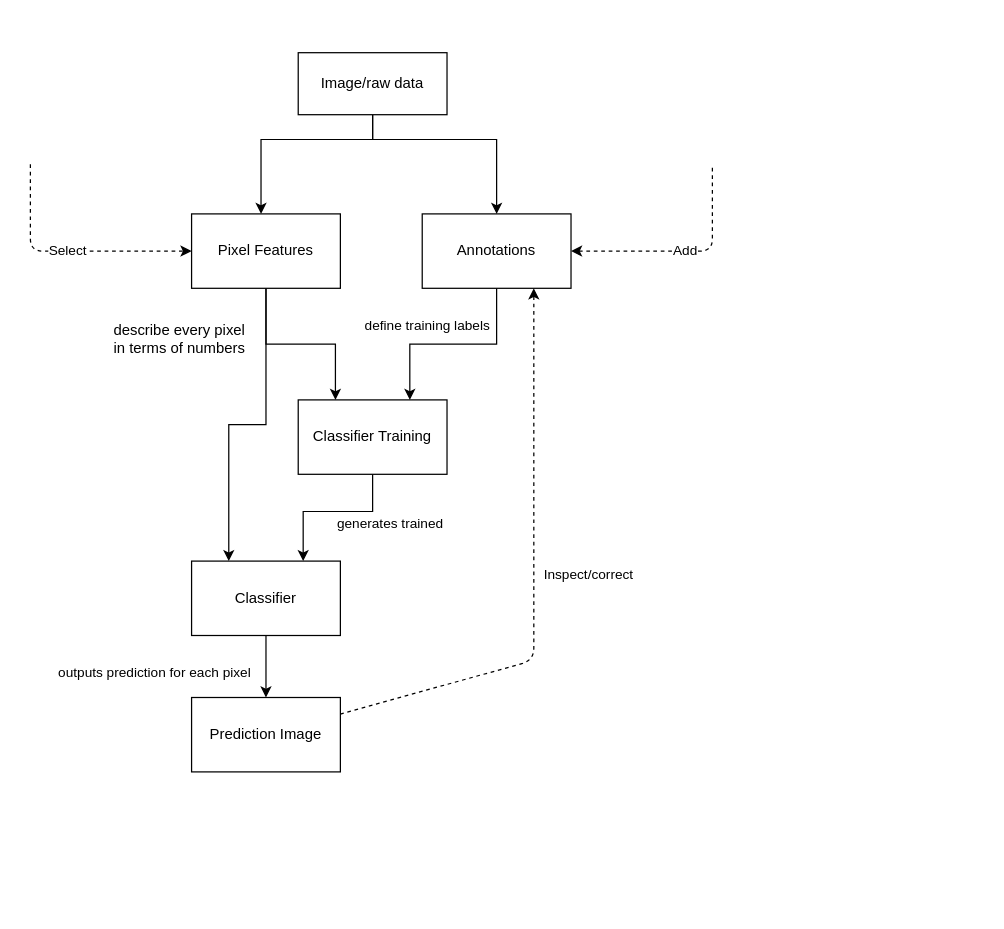
The draw.io diagram concept-maps/pixel_classification.drawio in ilastik/ilastik-teaching, before the edit. Source tidied: cells renumbered, new cells numbered last; positions are measured from the earlier drawing's top-left corner, leaving out a move shared by most shapes. Both pictures are drawn from the tidied source at 124%, with x=0, y=0 at pixel (30, 52).
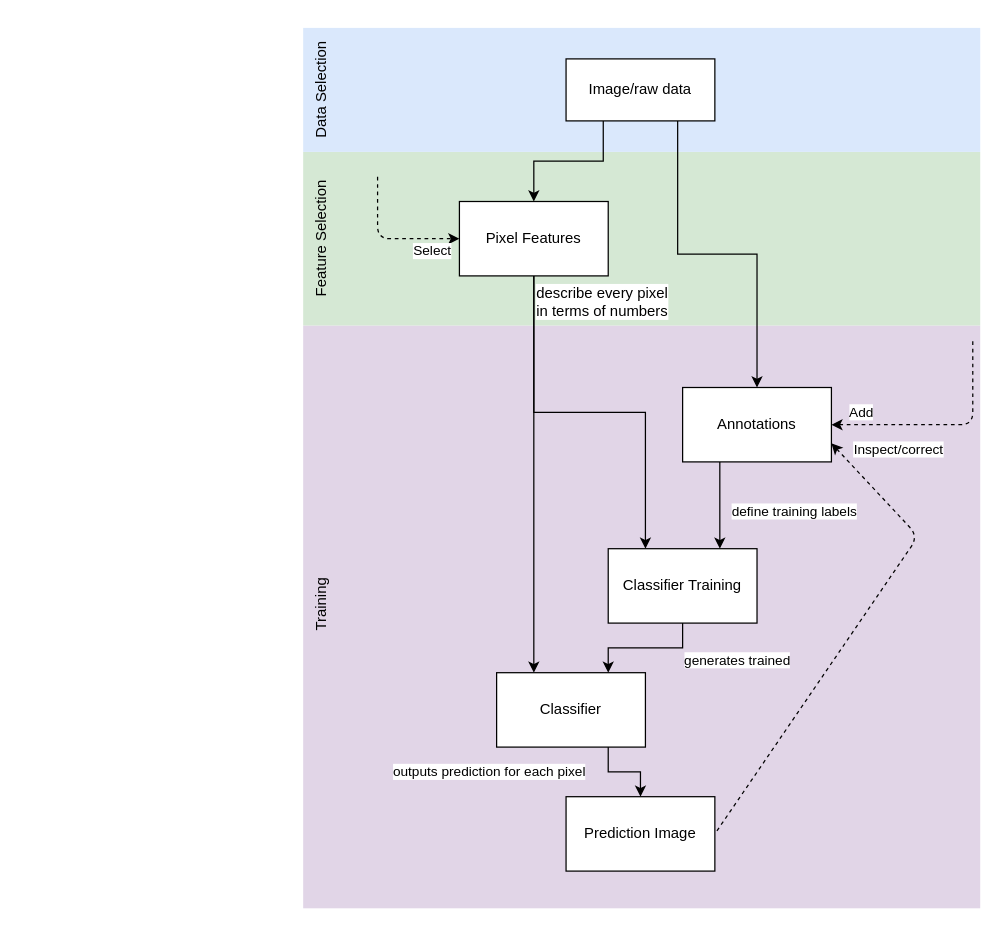
Above is the later version.

Commit message (it also covers changes not shown here):
sort concepts by applet

The change refers to these unchanged cells:
```xml
<mxCell id="5" style="edgeStyle=orthogonalEdgeStyle;rounded=0;jettySize=auto;html=1;exitX=0.5;exitY=1;exitDx=0;exitDy=0;entryX=0.25;entryY=0;entryDx=0;entryDy=0;" parent="1" edge="1" source="8" target="12">
  <mxGeometry relative="1" as="geometry" />
</mxCell>
```

The edit, as a diff of the source:
```diff
@@
+    <mxCell id="19" style="rounded=0;whiteSpace=wrap;html=1;fillColor=#e1d5e7;strokeColor=none;" parent="1" vertex="1">
+      <mxGeometry x="220" y="220" width="546" height="470" as="geometry" />
+    </mxCell>
+    <mxCell id="20" style="rounded=0;whiteSpace=wrap;html=1;fillColor=#d5e8d4;strokeColor=none;" parent="1" vertex="1">
+      <mxGeometry x="220" y="80" width="546" height="140" as="geometry" />
+    </mxCell>
+    <mxCell id="21" style="rounded=0;whiteSpace=wrap;html=1;fillColor=#dae8fc;strokeColor=none;" parent="1" vertex="1">
+      <mxGeometry x="220" y="-20" width="546" height="100" as="geometry" />
+    </mxCell>
-    <mxCell id="2" style="edgeStyle=orthogonalEdgeStyle;rounded=0;jettySize=auto;html=1;exitX=0.5;exitY=1;exitDx=0;exitDy=0;" parent="1" edge="1" source="4" target="8">
-      <mxGeometry relative="1" as="geometry">
-        <Array as="points">
-          <mxPoint x="276" y="70" />
-          <mxPoint x="186" y="70" />
-        </Array>
-      </mxGeometry>
+    <mxCell id="2" style="edgeStyle=orthogonalEdgeStyle;rounded=0;jettySize=auto;html=1;exitX=0.25;exitY=1;exitDx=0;exitDy=0;" parent="1" edge="1" source="4" target="8">
+      <mxGeometry relative="1" as="geometry" />
     </mxCell>
-    <mxCell id="3" style="edgeStyle=orthogonalEdgeStyle;rounded=0;jettySize=auto;html=1;exitX=0.5;exitY=1;exitDx=0;exitDy=0;entryX=0.5;entryY=0;entryDx=0;entryDy=0;" parent="1" edge="1" source="4" target="10">
-      <mxGeometry relative="1" as="geometry">
-        <Array as="points">
-          <mxPoint x="276" y="70" />
-          <mxPoint x="376" y="70" />
-        </Array>
-      </mxGeometry>
+    <mxCell id="3" style="edgeStyle=orthogonalEdgeStyle;rounded=0;jettySize=auto;html=1;exitX=0.75;exitY=1;exitDx=0;exitDy=0;entryX=0.5;entryY=0;entryDx=0;entryDy=0;" parent="1" edge="1" source="4" target="10">
+      <mxGeometry relative="1" as="geometry" />
     </mxCell>
     <mxCell id="4" value="Image/raw data" style="rounded=0;whiteSpace=wrap;html=1;" parent="1" vertex="1">
-      <mxGeometry x="216" width="120" height="50" as="geometry" />
+      <mxGeometry x="432" y="5" width="120" height="50" as="geometry" />
     </mxCell>
@@
     <mxCell id="6" value="describe every pixel&lt;br&gt;in terms of numbers&lt;br&gt;" style="text;html=1;align=center;verticalAlign=middle;labelBackgroundColor=#ffffff;" parent="5" vertex="1">
       <mxGeometry x="0.28" y="-1" relative="1" as="geometry">
-        <mxPoint x="-118.5" y="-6" as="offset" />
+        <mxPoint x="-34" y="-91" as="offset" />
       </mxGeometry>
     </mxCell>
     <mxCell id="7" style="edgeStyle=orthogonalEdgeStyle;rounded=0;jettySize=auto;html=1;exitX=0.5;exitY=1;exitDx=0;exitDy=0;entryX=0.25;entryY=0;entryDx=0;entryDy=0;" parent="1" edge="1" source="8" target="14">
-      <mxGeometry x="0.36" relative="1" as="geometry" />
+      <mxGeometry relative="1" as="geometry" />
     </mxCell>
     <mxCell id="8" value="Pixel Features&lt;br&gt;" style="rounded=0;whiteSpace=wrap;html=1;" parent="1" vertex="1">
-      <mxGeometry x="130" y="130" width="120" height="60" as="geometry" />
+      <mxGeometry x="346" y="120" width="120" height="60" as="geometry" />
     </mxCell>
-    <mxCell id="9" value="define training labels" style="edgeStyle=orthogonalEdgeStyle;rounded=0;jettySize=auto;html=1;exitX=0.5;exitY=1;exitDx=0;exitDy=0;entryX=0.75;entryY=0;entryDx=0;entryDy=0;" parent="1" edge="1" source="10" target="12">
-      <mxGeometry x="0.26" y="-15" relative="1" as="geometry" />
+    <mxCell id="9" value="define training labels" style="edgeStyle=orthogonalEdgeStyle;rounded=0;jettySize=auto;html=1;exitX=0.25;exitY=1;exitDx=0;exitDy=0;entryX=0.75;entryY=0;entryDx=0;entryDy=0;" parent="1" edge="1" source="10" target="12">
+      <mxGeometry x="0.14" y="60" relative="1" as="geometry" />
     </mxCell>
     <mxCell id="10" value="Annotations&lt;br&gt;" style="rounded=0;whiteSpace=wrap;html=1;" parent="1" vertex="1">
-      <mxGeometry x="316" y="130" width="120" height="60" as="geometry" />
+      <mxGeometry x="526" y="270" width="120" height="60" as="geometry" />
     </mxCell>
-    <mxCell id="11" value="generates trained" style="edgeStyle=orthogonalEdgeStyle;rounded=0;jettySize=auto;html=1;exitX=0.5;exitY=1;exitDx=0;exitDy=0;entryX=0.75;entryY=0;entryDx=0;entryDy=0;" parent="1" edge="1" source="12" target="14">
-      <mxGeometry x="-0.52" y="17" relative="1" as="geometry">
-        <Array as="points">
-          <mxPoint x="276" y="370" />
-          <mxPoint x="220" y="370" />
-        </Array>
-        <mxPoint x="14" y="-7" as="offset" />
+    <mxCell id="11" value="generates trained" style="edgeStyle=orthogonalEdgeStyle;rounded=0;jettySize=auto;html=1;entryX=0.75;entryY=0;entryDx=0;entryDy=0;exitX=0.5;exitY=1;exitDx=0;exitDy=0;" parent="1" edge="1" source="12" target="14">
+      <mxGeometry x="-0.6" y="45" relative="1" as="geometry">
+        <mxPoint x="44" y="-35" as="offset" />
       </mxGeometry>
     </mxCell>
     <mxCell id="12" value="Classifier Training" style="rounded=0;whiteSpace=wrap;html=1;" parent="1" vertex="1">
-      <mxGeometry x="216" y="280" width="120" height="60" as="geometry" />
+      <mxGeometry x="466" y="400" width="120" height="60" as="geometry" />
     </mxCell>
-    <mxCell id="13" value="outputs prediction for each pixel" style="edgeStyle=orthogonalEdgeStyle;rounded=0;jettySize=auto;html=1;exitX=0.5;exitY=1;exitDx=0;exitDy=0;entryX=0.5;entryY=0;entryDx=0;entryDy=0;" parent="1" edge="1" source="14" target="15">
-      <mxGeometry x="0.2" y="-90" relative="1" as="geometry" />
+    <mxCell id="13" value="outputs prediction for each pixel" style="edgeStyle=orthogonalEdgeStyle;rounded=0;jettySize=auto;html=1;exitX=0.75;exitY=1;exitDx=0;exitDy=0;entryX=0.5;entryY=0;entryDx=0;entryDy=0;" parent="1" edge="1" source="14" target="15">
+      <mxGeometry x="-0.39" y="-96" relative="1" as="geometry">
+        <mxPoint x="-96" y="-96" as="offset" />
+      </mxGeometry>
     </mxCell>
     <mxCell id="14" value="Classifier&lt;br&gt;" style="rounded=0;whiteSpace=wrap;html=1;" parent="1" vertex="1">
-      <mxGeometry x="130" y="410" width="120" height="60" as="geometry" />
+      <mxGeometry x="376" y="500" width="120" height="60" as="geometry" />
     </mxCell>
     <mxCell id="15" value="Prediction Image&lt;br&gt;" style="rounded=0;whiteSpace=wrap;html=1;" parent="1" vertex="1">
-      <mxGeometry x="130" y="520" width="120" height="60" as="geometry" />
+      <mxGeometry x="432" y="600" width="120" height="60" as="geometry" />
     </mxCell>
-    <mxCell id="16" value="Inspect/correct&lt;br&gt;" style="endArrow=none;dashed=1;html=1;exitX=0.75;exitY=1;exitDx=0;exitDy=0;endFill=0;startArrow=classic;startFill=1;" parent="1" edge="1" source="10" target="15">
-      <mxGeometry y="44" relative="1" as="geometry">
+    <mxCell id="16" value="Inspect/correct&lt;br&gt;" style="endArrow=none;dashed=1;html=1;exitX=1;exitY=0.75;exitDx=0;exitDy=0;endFill=0;startArrow=classic;startFill=1;entryX=1;entryY=0.5;entryDx=0;entryDy=0;" parent="1" edge="1" source="10" target="15">
+      <mxGeometry x="-0.79" y="36" relative="1" as="geometry">
         <Array as="points">
-          <mxPoint x="406" y="490" />
+          <mxPoint x="716" y="390" />
         </Array>
       </mxGeometry>
     </mxCell>
     <mxCell id="17" value="Select&lt;br&gt;" style="endArrow=classic;dashed=1;html=1;entryX=0;entryY=0.5;entryDx=0;entryDy=0;startArrow=none;startFill=0;endFill=1;" parent="1" edge="1" target="8">
-      <mxGeometry relative="1" as="geometry">
-        <mxPoint y="90" as="sourcePoint" />
+      <mxGeometry x="0.1" y="32" relative="1" as="geometry">
+        <mxPoint x="280" y="100" as="sourcePoint" />
         <Array as="points">
-          <mxPoint y="160" />
+          <mxPoint x="280" y="150" />
         </Array>
+        <mxPoint x="30" y="42" as="offset" />
       </mxGeometry>
     </mxCell>
     <mxCell id="18" value="Add&lt;br&gt;" style="endArrow=none;dashed=1;html=1;endFill=0;startArrow=classic;startFill=1;" parent="1" edge="1">
-      <mxGeometry relative="1" as="geometry">
-        <mxPoint x="436" y="160" as="sourcePoint" />
-        <mxPoint x="550" y="90" as="targetPoint" />
+      <mxGeometry x="0.35" y="90" relative="1" as="geometry">
+        <mxPoint x="646" y="300" as="sourcePoint" />
+        <mxPoint x="760" y="230" as="targetPoint" />
         <Array as="points">
-          <mxPoint x="550" y="160" />
+          <mxPoint x="760" y="300" />
         </Array>
       </mxGeometry>
     </mxCell>
+    <mxCell id="22" value="Data Selection" style="text;html=1;strokeColor=none;fillColor=none;align=center;verticalAlign=middle;whiteSpace=wrap;rounded=0;rotation=-90;" parent="1" vertex="1">
+      <mxGeometry x="180" y="20" width="110" height="20" as="geometry" />
+    </mxCell>
+    <mxCell id="23" value="Feature Selection" style="text;html=1;strokeColor=none;fillColor=none;align=center;verticalAlign=middle;whiteSpace=wrap;rounded=0;rotation=-90;" parent="1" vertex="1">
+      <mxGeometry x="180" y="140" width="110" height="20" as="geometry" />
+    </mxCell>
+    <mxCell id="24" value="Training" style="text;html=1;strokeColor=none;fillColor=none;align=center;verticalAlign=middle;whiteSpace=wrap;rounded=0;rotation=-90;" parent="1" vertex="1">
+      <mxGeometry x="180" y="435" width="110" height="20" as="geometry" />
+    </mxCell>
```
